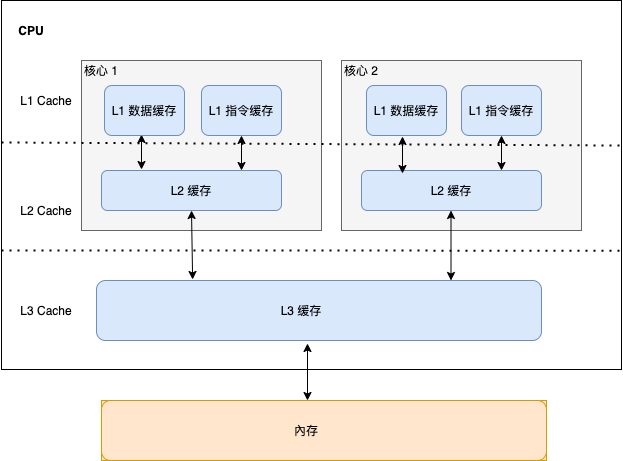
This is myFirstFloder/CPU简图.png from siyaooay/myPictures, a draw.io export, as it was before one commit. Source tidied: cells renumbered, new cells last; positions are measured from the earlier drawing's top-left corner, leaving out a move shared by most shapes. Source of this version:
```xml
<mxGraphModel>
  <root>
    <mxCell id="0" />
    <mxCell id="1" parent="0" />
    <mxCell id="2" style="rounded=0;whiteSpace=wrap;html=1;" parent="1" vertex="1">
      <mxGeometry width="620" height="369" as="geometry" />
    </mxCell>
    <mxCell id="3" value="&lt;b&gt;CPU&lt;/b&gt;" style="text;html=1;strokeColor=none;fillColor=none;align=center;verticalAlign=middle;whiteSpace=wrap;rounded=0;" parent="1" vertex="1">
      <mxGeometry x="10" y="20" width="40" height="20" as="geometry" />
    </mxCell>
    <mxCell id="4" style="endArrow=none;dashed=1;html=1;dashPattern=1 3;strokeWidth=2;entryX=1;entryY=0.678;entryDx=0;entryDy=0;entryPerimeter=0;" parent="1" edge="1" target="2">
      <mxGeometry relative="1" as="geometry">
        <mxPoint y="250" as="sourcePoint" />
      </mxGeometry>
    </mxCell>
    <mxCell id="5" value="L1 Cache" style="text;html=1;strokeColor=none;fillColor=none;align=center;verticalAlign=middle;whiteSpace=wrap;rounded=0;" parent="1" vertex="1">
      <mxGeometry x="10" y="80" width="70" height="40" as="geometry" />
    </mxCell>
    <mxCell id="6" value="L2 Cache" style="text;html=1;strokeColor=none;fillColor=none;align=center;verticalAlign=middle;whiteSpace=wrap;rounded=0;" parent="1" vertex="1">
      <mxGeometry x="10" y="190" width="70" height="40" as="geometry" />
    </mxCell>
    <mxCell id="7" value="L3 Cache" style="text;html=1;strokeColor=none;fillColor=none;align=center;verticalAlign=middle;whiteSpace=wrap;rounded=0;" parent="1" vertex="1">
      <mxGeometry x="10" y="290" width="70" height="40" as="geometry" />
    </mxCell>
    <mxCell id="8" style="group;fillColor=#f5f5f5;strokeColor=#666666;fontColor=#333333;" parent="1" vertex="1">
      <mxGeometry x="80" y="60" width="240" height="170" as="geometry" />
    </mxCell>
    <mxCell id="9" style="rounded=0;whiteSpace=wrap;html=1;fillColor=#f5f5f5;strokeColor=#666666;fontColor=#333333;" parent="8" vertex="1">
      <mxGeometry width="240" height="170" as="geometry" />
    </mxCell>
    <mxCell id="10" style="rounded=1;whiteSpace=wrap;html=1;fillColor=#dae8fc;strokeColor=#6c8ebf;" parent="8" vertex="1">
      <mxGeometry x="20" y="110" width="180" height="40" as="geometry" />
    </mxCell>
    <mxCell id="11" style="endArrow=classic;startArrow=classic;html=1;" parent="8" edge="1">
      <mxGeometry x="90" y="440" as="geometry">
        <mxPoint x="60" y="109" as="sourcePoint" />
        <mxPoint x="60" y="74" as="targetPoint" />
      </mxGeometry>
    </mxCell>
    <mxCell id="12" style="endArrow=classic;startArrow=classic;html=1;entryX=0.5;entryY=1;entryDx=0;entryDy=0;" parent="8" edge="1" target="20">
      <mxGeometry x="90" y="440" as="geometry">
        <mxPoint x="160" y="110" as="sourcePoint" />
      </mxGeometry>
    </mxCell>
    <mxCell id="13" value="L2 缓存" style="text;html=1;strokeColor=none;fillColor=none;align=center;verticalAlign=middle;whiteSpace=wrap;rounded=0;" parent="8" vertex="1">
      <mxGeometry x="75" y="110" width="70" height="40" as="geometry" />
    </mxCell>
    <mxCell id="14" value="核心 1" style="text;html=1;strokeColor=none;fillColor=none;align=center;verticalAlign=middle;whiteSpace=wrap;rounded=0;" parent="8" vertex="1">
      <mxGeometry width="40" height="20" as="geometry" />
    </mxCell>
    <mxCell id="15" style="group;" parent="8" vertex="1">
      <mxGeometry x="23" y="25" width="80" height="50" as="geometry" />
    </mxCell>
    <mxCell id="16" style="group;" parent="15" vertex="1">
      <mxGeometry width="80" height="50" as="geometry" />
    </mxCell>
    <mxCell id="17" style="rounded=1;whiteSpace=wrap;html=1;fillColor=#dae8fc;strokeColor=#6c8ebf;" parent="16" vertex="1">
      <mxGeometry width="80" height="50" as="geometry" />
    </mxCell>
    <mxCell id="18" value="L1 数据缓存" style="text;html=1;strokeColor=none;fillColor=none;align=center;verticalAlign=middle;whiteSpace=wrap;rounded=0;" parent="16" vertex="1">
      <mxGeometry x="5" y="5" width="70" height="40" as="geometry" />
    </mxCell>
    <mxCell id="19" style="group;" parent="8" vertex="1">
      <mxGeometry x="120" y="25" width="80" height="50" as="geometry" />
    </mxCell>
    <mxCell id="20" style="rounded=1;whiteSpace=wrap;html=1;fillColor=#dae8fc;strokeColor=#6c8ebf;" parent="19" vertex="1">
      <mxGeometry width="80" height="50" as="geometry" />
    </mxCell>
    <mxCell id="21" value="L1 指令缓存" style="text;html=1;strokeColor=none;fillColor=none;align=center;verticalAlign=middle;whiteSpace=wrap;rounded=0;" parent="19" vertex="1">
      <mxGeometry x="5" y="5" width="70" height="40" as="geometry" />
    </mxCell>
    <mxCell id="22" style="group;fillColor=#f5f5f5;strokeColor=#666666;fontColor=#333333;" parent="1" vertex="1">
      <mxGeometry x="340" y="60" width="240" height="170" as="geometry" />
    </mxCell>
    <mxCell id="23" style="rounded=0;whiteSpace=wrap;html=1;fillColor=#f5f5f5;strokeColor=#666666;fontColor=#333333;" parent="22" vertex="1">
      <mxGeometry width="240" height="170" as="geometry" />
    </mxCell>
    <mxCell id="24" style="group;" parent="22" vertex="1">
      <mxGeometry x="120" y="25" width="80" height="50" as="geometry" />
    </mxCell>
    <mxCell id="25" style="rounded=1;whiteSpace=wrap;html=1;fillColor=#dae8fc;strokeColor=#6c8ebf;" parent="24" vertex="1">
      <mxGeometry width="80" height="50" as="geometry" />
    </mxCell>
    <mxCell id="26" value="L1 指令缓存" style="text;html=1;strokeColor=none;fillColor=none;align=center;verticalAlign=middle;whiteSpace=wrap;rounded=0;" parent="24" vertex="1">
      <mxGeometry x="5" y="5" width="70" height="40" as="geometry" />
    </mxCell>
    <mxCell id="27" style="rounded=1;whiteSpace=wrap;html=1;fillColor=#dae8fc;strokeColor=#6c8ebf;" parent="22" vertex="1">
      <mxGeometry x="20" y="110" width="180" height="40" as="geometry" />
    </mxCell>
    <mxCell id="28" style="endArrow=classic;startArrow=classic;html=1;" parent="22" edge="1">
      <mxGeometry relative="1" as="geometry">
        <mxPoint x="61" y="113" as="sourcePoint" />
        <mxPoint x="61" y="76" as="targetPoint" />
      </mxGeometry>
    </mxCell>
    <mxCell id="29" style="endArrow=classic;startArrow=classic;html=1;entryX=0.5;entryY=1;entryDx=0;entryDy=0;" parent="22" edge="1" target="25">
      <mxGeometry relative="1" as="geometry">
        <mxPoint x="160" y="110" as="sourcePoint" />
      </mxGeometry>
    </mxCell>
    <mxCell id="30" value="L2 缓存" style="text;html=1;strokeColor=none;fillColor=none;align=center;verticalAlign=middle;whiteSpace=wrap;rounded=0;" parent="22" vertex="1">
      <mxGeometry x="75" y="110" width="70" height="40" as="geometry" />
    </mxCell>
    <mxCell id="31" value="核心 2" style="text;html=1;strokeColor=none;fillColor=none;align=center;verticalAlign=middle;whiteSpace=wrap;rounded=0;" parent="22" vertex="1">
      <mxGeometry width="40" height="20" as="geometry" />
    </mxCell>
    <mxCell id="32" style="endArrow=classic;startArrow=classic;html=1;entryX=0.5;entryY=1;entryDx=0;entryDy=0;" parent="22" edge="1">
      <mxGeometry relative="1" as="geometry">
        <mxPoint x="109.5" y="220" as="sourcePoint" />
        <mxPoint x="109.5" y="150" as="targetPoint" />
      </mxGeometry>
    </mxCell>
    <mxCell id="33" style="group;" parent="22" vertex="1">
      <mxGeometry x="25" y="25" width="80" height="50" as="geometry" />
    </mxCell>
    <mxCell id="34" style="group;" parent="33" vertex="1">
      <mxGeometry width="80" height="50" as="geometry" />
    </mxCell>
    <mxCell id="35" style="rounded=1;whiteSpace=wrap;html=1;fillColor=#dae8fc;strokeColor=#6c8ebf;" parent="34" vertex="1">
      <mxGeometry width="80" height="50" as="geometry" />
    </mxCell>
    <mxCell id="36" value="L1 数据缓存" style="text;html=1;strokeColor=none;fillColor=none;align=center;verticalAlign=middle;whiteSpace=wrap;rounded=0;" parent="34" vertex="1">
      <mxGeometry x="5" y="5" width="70" height="40" as="geometry" />
    </mxCell>
    <mxCell id="37" style="group;" parent="1" vertex="1">
      <mxGeometry x="95" y="280" width="445" height="60" as="geometry" />
    </mxCell>
    <mxCell id="38" style="rounded=1;whiteSpace=wrap;html=1;fillColor=#dae8fc;strokeColor=#6c8ebf;" parent="37" vertex="1">
      <mxGeometry width="445" height="60" as="geometry" />
    </mxCell>
    <mxCell id="39" value="L3 缓存" style="text;html=1;strokeColor=none;fillColor=none;align=center;verticalAlign=middle;whiteSpace=wrap;rounded=0;" parent="37" vertex="1">
      <mxGeometry x="125" y="10" width="160" height="40" as="geometry" />
    </mxCell>
    <mxCell id="40" style="group;fillColor=#ffe6cc;strokeColor=#d79b00;" parent="1" vertex="1">
      <mxGeometry x="100" y="400" width="445" height="60" as="geometry" />
    </mxCell>
    <mxCell id="41" style="rounded=1;whiteSpace=wrap;html=1;fillColor=#ffe6cc;strokeColor=#d79b00;" parent="40" vertex="1">
      <mxGeometry width="445" height="60" as="geometry" />
    </mxCell>
    <mxCell id="42" value="內存" style="text;html=1;strokeColor=none;fillColor=none;align=center;verticalAlign=middle;whiteSpace=wrap;rounded=0;" parent="40" vertex="1">
      <mxGeometry x="125" y="10" width="160" height="40" as="geometry" />
    </mxCell>
    <mxCell id="43" style="endArrow=classic;startArrow=classic;html=1;" parent="1" edge="1">
      <mxGeometry relative="1" as="geometry">
        <mxPoint x="306" y="400" as="sourcePoint" />
        <mxPoint x="306" y="343" as="targetPoint" />
      </mxGeometry>
    </mxCell>
    <mxCell id="44" style="endArrow=classic;startArrow=classic;html=1;entryX=0.5;entryY=1;entryDx=0;entryDy=0;exitX=0.216;exitY=-0.017;exitDx=0;exitDy=0;exitPerimeter=0;" parent="1" edge="1" source="38" target="13">
      <mxGeometry relative="1" as="geometry" />
    </mxCell>
    <mxCell id="45" style="endArrow=none;dashed=1;html=1;dashPattern=1 3;strokeWidth=2;entryX=0.998;entryY=0.393;entryDx=0;entryDy=0;entryPerimeter=0;" parent="1" edge="1" target="2">
      <mxGeometry relative="1" as="geometry">
        <mxPoint y="142" as="sourcePoint" />
      </mxGeometry>
    </mxCell>
  </root>
</mxGraphModel>
```
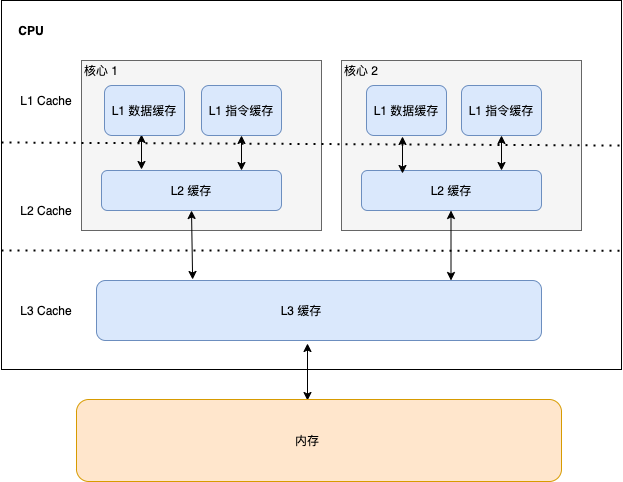
After the commit.

Diff of the diagram source:
```diff
@@ -131,15 +131,6 @@
     <mxCell id="39" value="L3 缓存" style="text;html=1;strokeColor=none;fillColor=none;align=center;verticalAlign=middle;whiteSpace=wrap;rounded=0;" parent="37" vertex="1">
       <mxGeometry x="125" y="10" width="160" height="40" as="geometry" />
     </mxCell>
-    <mxCell id="40" style="group;fillColor=#ffe6cc;strokeColor=#d79b00;" parent="1" vertex="1">
-      <mxGeometry x="100" y="400" width="445" height="60" as="geometry" />
-    </mxCell>
-    <mxCell id="41" style="rounded=1;whiteSpace=wrap;html=1;fillColor=#ffe6cc;strokeColor=#d79b00;" parent="40" vertex="1">
-      <mxGeometry width="445" height="60" as="geometry" />
-    </mxCell>
-    <mxCell id="42" value="內存" style="text;html=1;strokeColor=none;fillColor=none;align=center;verticalAlign=middle;whiteSpace=wrap;rounded=0;" parent="40" vertex="1">
-      <mxGeometry x="125" y="10" width="160" height="40" as="geometry" />
-    </mxCell>
     <mxCell id="43" style="endArrow=classic;startArrow=classic;html=1;" parent="1" edge="1">
       <mxGeometry relative="1" as="geometry">
         <mxPoint x="306" y="400" as="sourcePoint" />
@@ -154,5 +145,14 @@
         <mxPoint y="142" as="sourcePoint" />
       </mxGeometry>
     </mxCell>
+    <mxCell id="46" style="group;" parent="1" vertex="1">
+      <mxGeometry x="83" y="399" width="485" height="82" as="geometry" />
+    </mxCell>
+    <mxCell id="47" style="rounded=1;whiteSpace=wrap;html=1;fillColor=#ffe6cc;strokeColor=#d79b00;" parent="46" vertex="1">
+      <mxGeometry x="-8" width="485" height="82" as="geometry" />
+    </mxCell>
+    <mxCell id="48" value="内存" style="text;html=1;strokeColor=none;fillColor=none;align=center;verticalAlign=middle;whiteSpace=wrap;rounded=0;" parent="46" vertex="1">
+      <mxGeometry x="136.2" y="13.7" width="174.4" height="54.7" as="geometry" />
+    </mxCell>
   </root>
 </mxGraphModel>
```
